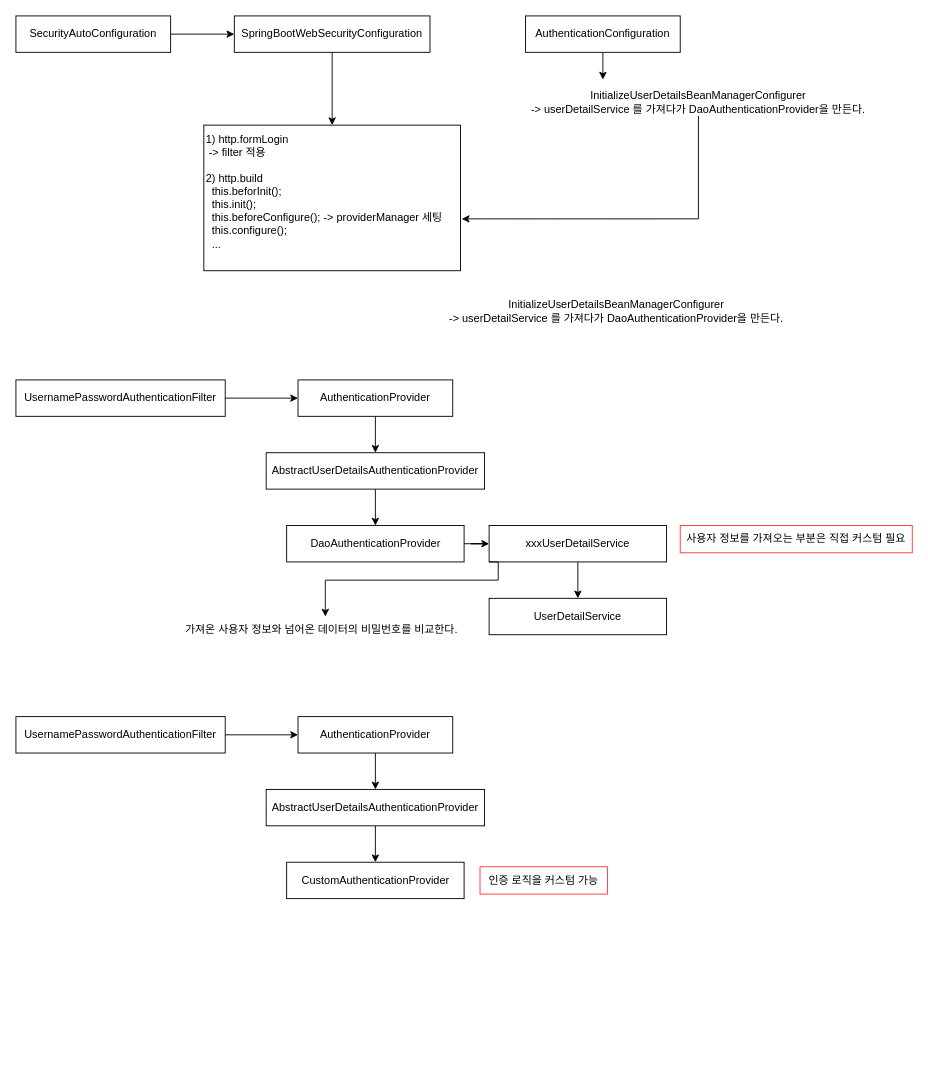
Above: chapter5.drawio in SongYoungMin-304/InflearnDraw.io (draw.io), before the change. Source tidied: cells renumbered, new cells numbered last; positions are measured from the earlier drawing's top-left corner, leaving out a move shared by most shapes. Both pictures are drawn from the tidied source at 91%, with x=0, y=0 at pixel (15, 15).
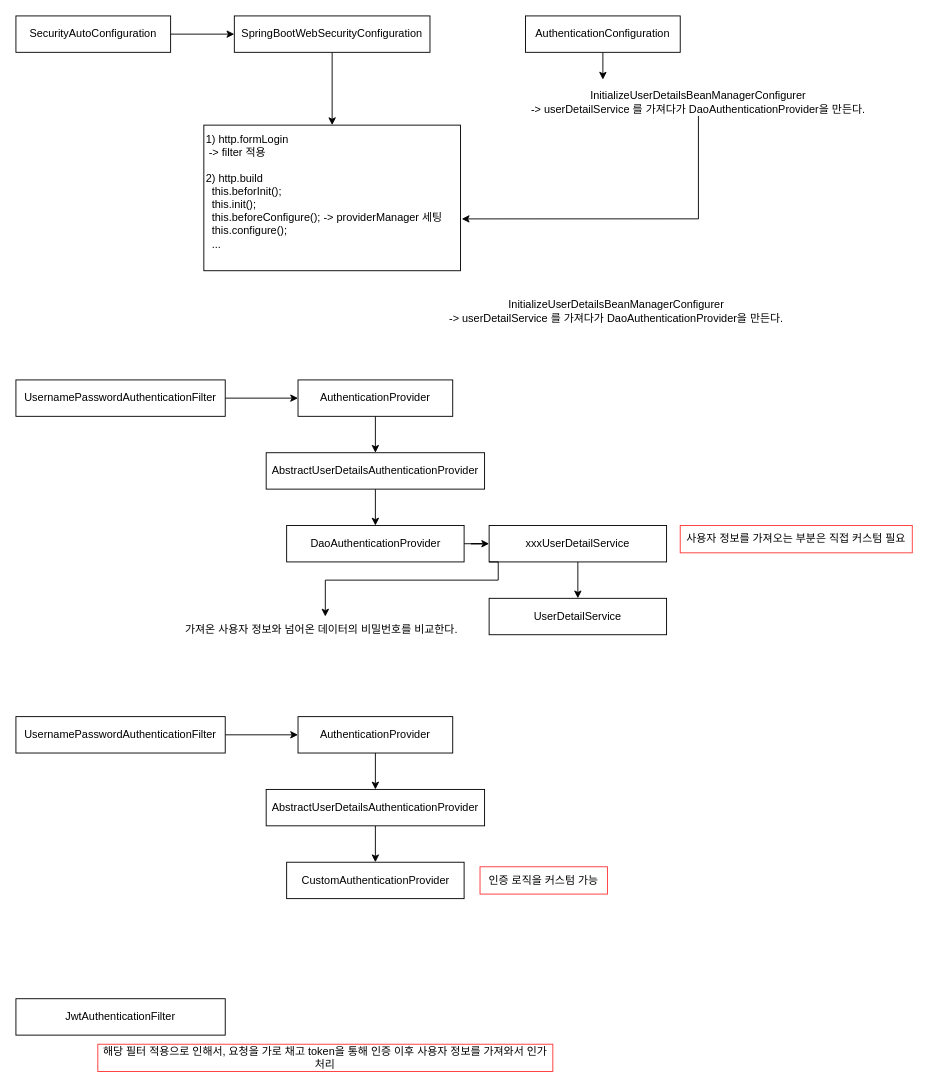
The same diagram, later.

Change to the diagram source:
```diff
@@
+    <mxCell id="34" value="JwtAuthenticationFilter" style="rounded=0;whiteSpace=wrap;html=1;" parent="1" vertex="1">
+      <mxGeometry y="1080" width="230" height="40" as="geometry" />
+    </mxCell>
+    <mxCell id="35" value="해당 필터 적용으로 인해서, 요청을 가로 채고 token을 통해 인증 이후 사용자 정보를 가져와서 인가 처리" style="text;html=1;align=center;verticalAlign=middle;whiteSpace=wrap;rounded=0;strokeColor=#FF3333;" parent="1" vertex="1">
+      <mxGeometry x="90" y="1130" width="500" height="30" as="geometry" />
+    </mxCell>
```
